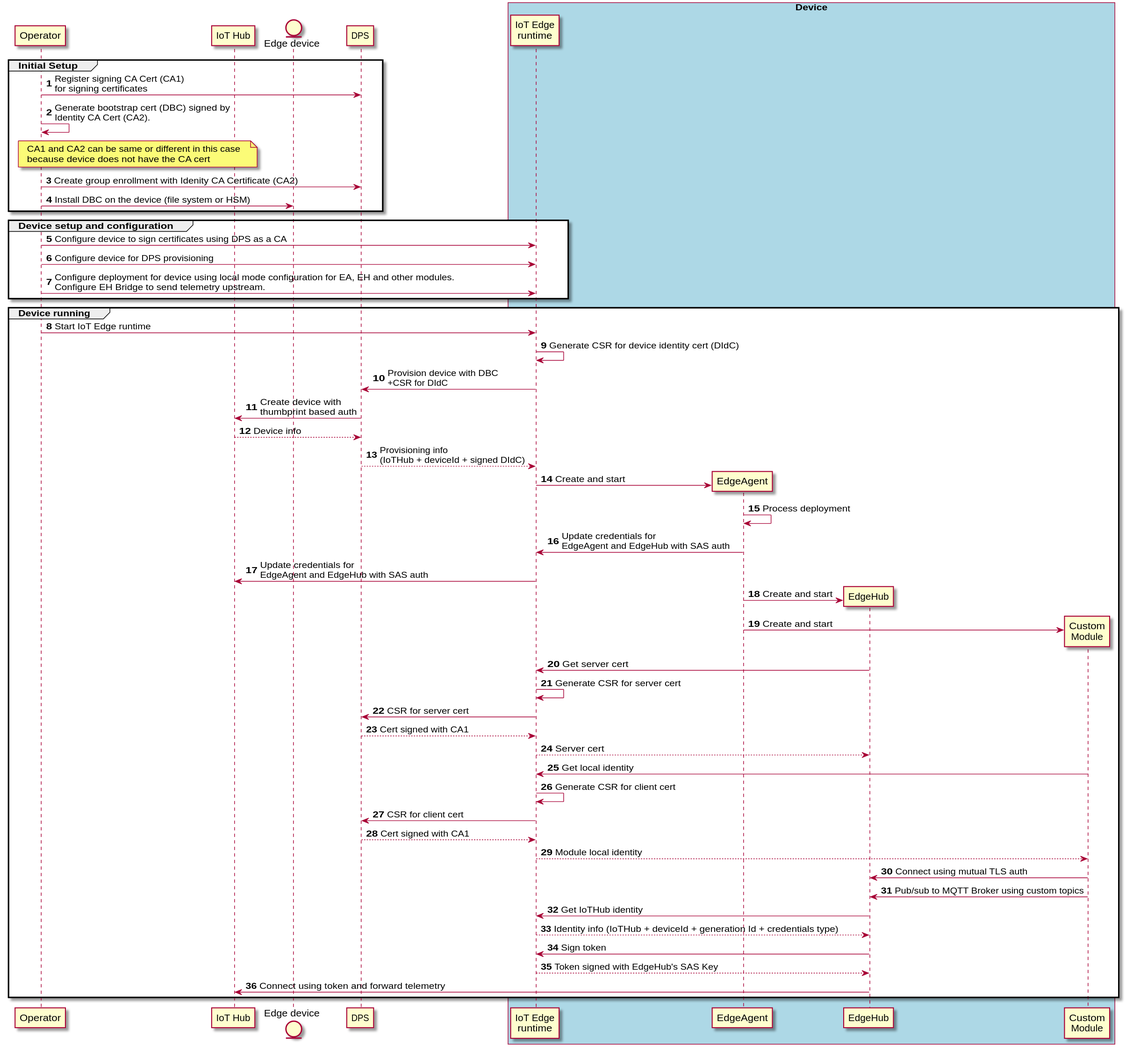
The PlantUML diagram img/device-init-dps-ca-online.svg in varunpuranik/edgev2, before a commit.
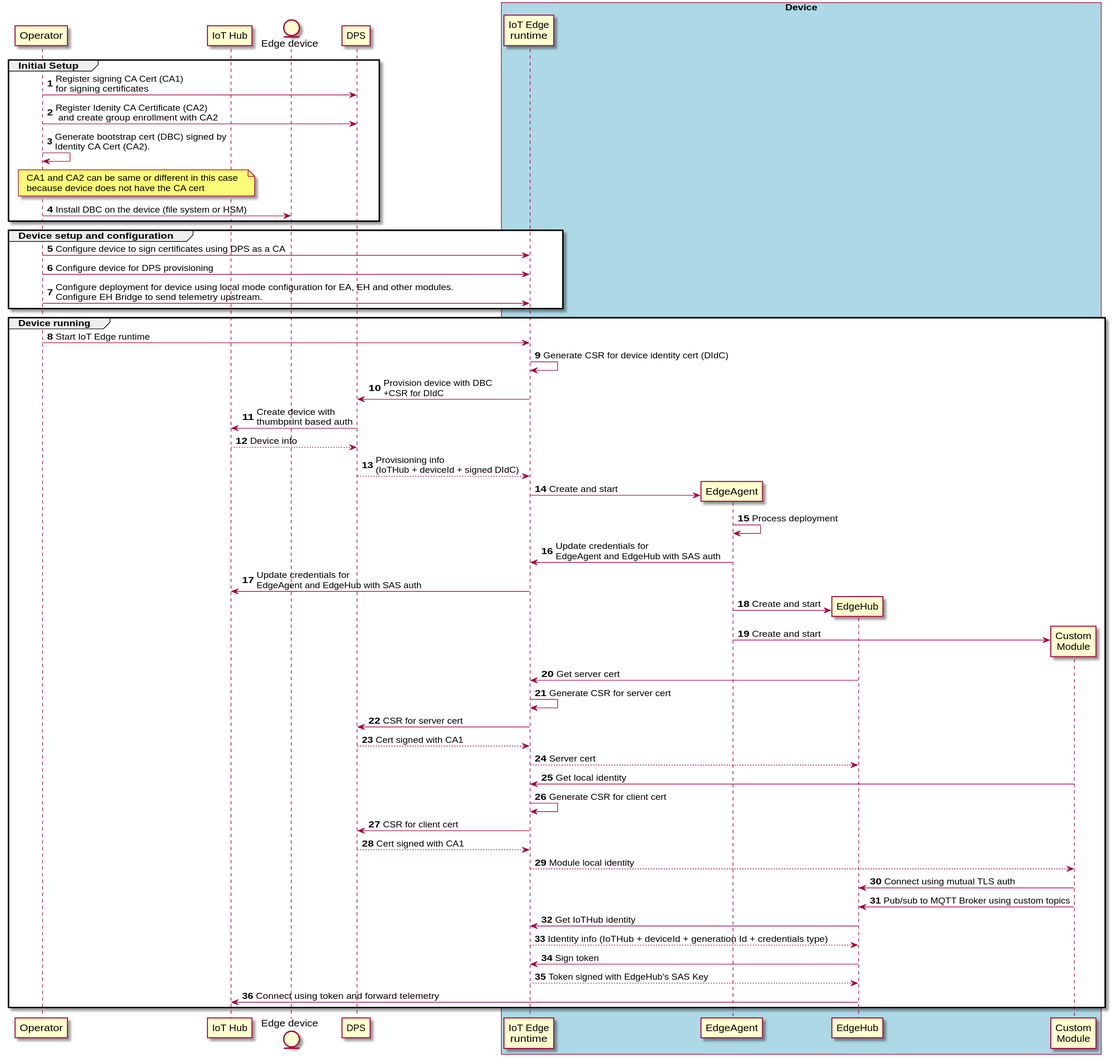
The same file after the commit.

Commit message:
Register Identity CA in DPS before generating Bootstrap cert

The edit, as a diff of the source:
```diff
@@ -15,9 +15,9 @@
 
 group Initial Setup
 oem->dps : Register signing CA Cert (CA1)\nfor signing certificates
+oem->dps : Register Idenity CA Certificate (CA2)\n and create group enrollment with CA2
 oem->oem : Generate bootstrap cert (DBC) signed by\nIdentity CA Cert (CA2).
 note over oem,ih: CA1 and CA2 can be same or different in this case\nbecause device does not have the CA cert
-oem->dps : Create group enrollment with Idenity CA Certificate (CA2)
 oem->device : Install DBC on the device (file system or HSM)
 end
 
```
